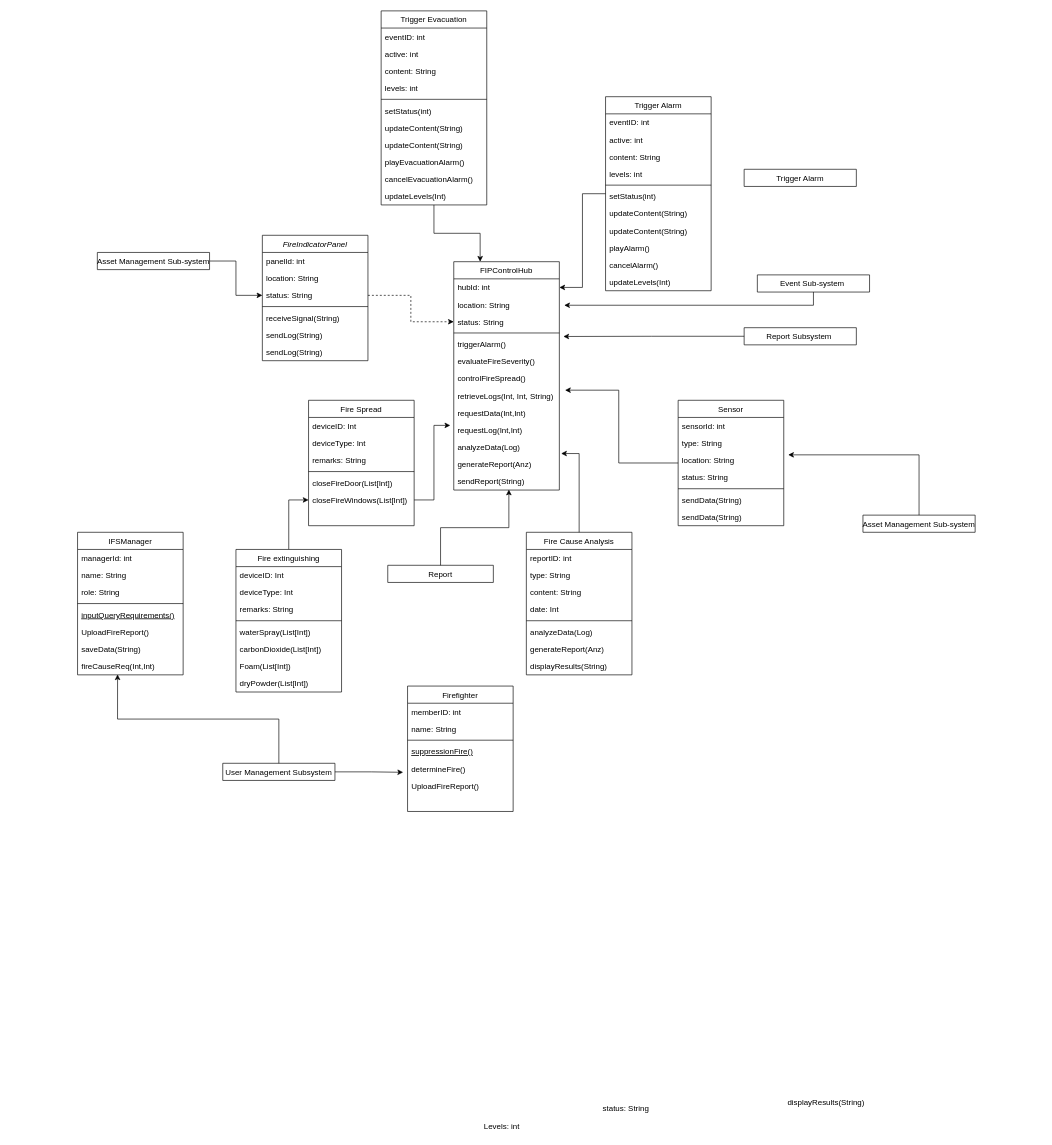
This is ass2/系统类图.drawio from demosRun/INFO6030, a draw.io file, before an edit. Source tidied: cells renumbered, new cells numbered last; positions are measured from the earlier drawing's top-left corner, leaving out a move shared by most shapes. Both pictures are drawn from the tidied source at 66%, with x=0, y=0 at pixel (77, 11).
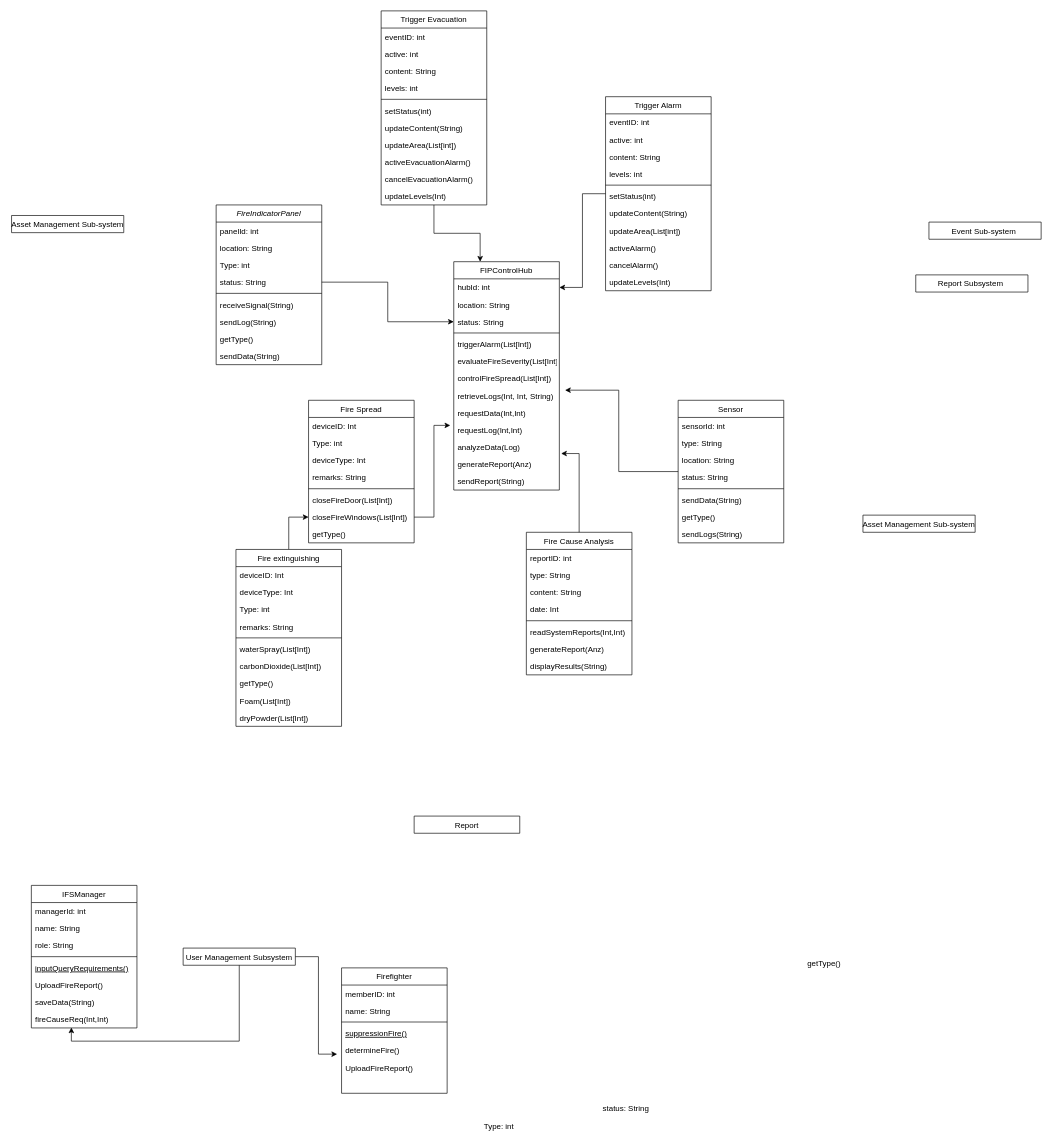
The same page after the edit.

Commit message:
更新系统类图.drawio

The change refers to these unchanged cells:
```xml
<mxCell id="14" value="location: String         " style="text;align=left;verticalAlign=top;spacingLeft=4;spacingRight=4;overflow=hidden;points=[[0,0.5],[1,0.5]];portConstraint=eastwest;" parent="11" vertex="1">
  <mxGeometry y="78" width="160" height="26" as="geometry" />
</mxCell>
<mxCell id="19" value="FIPControlHub            " style="swimlane;fontStyle=0;align=center;verticalAlign=top;horizontal=1;startSize=26;rounded=0;shadow=0;strokeWidth=1;" parent="1" vertex="1">
  <mxGeometry x="570" y="380" width="160" height="346" as="geometry" />
</mxCell>
<mxCell id="21" value="location: String  " style="text;align=left;verticalAlign=top;spacingLeft=4;spacingRight=4;overflow=hidden;points=[[0,0.5],[1,0.5]];portConstraint=eastwest;rounded=0;shadow=0;html=0;" parent="19" vertex="1">
  <mxGeometry y="52" width="160" height="26" as="geometry" />
</mxCell>
<mxCell id="22" value="status: String      " style="text;align=left;verticalAlign=top;spacingLeft=4;spacingRight=4;overflow=hidden;points=[[0,0.5],[1,0.5]];portConstraint=eastwest;rounded=0;shadow=0;html=0;" parent="19" vertex="1">
  <mxGeometry y="78" width="160" height="26" as="geometry" />
</mxCell>
<mxCell id="32" value="sendReport(String)" style="text;align=left;verticalAlign=top;spacingLeft=4;spacingRight=4;overflow=hidden;points=[[0,0.5],[1,0.5]];portConstraint=eastwest;rounded=0;shadow=0;html=0;" parent="19" vertex="1">
  <mxGeometry y="320" width="160" height="26" as="geometry" />
</mxCell>
<mxCell id="52" value="Trigger Evacuation" style="swimlane;fontStyle=0;align=center;verticalAlign=top;horizontal=1;startSize=26;rounded=0;shadow=0;strokeWidth=1;" parent="1" vertex="1">
  <mxGeometry x="460" width="160" height="294" as="geometry" />
</mxCell>
<mxCell id="96" value="Trigger Alarm" style="swimlane;fontStyle=0;align=center;verticalAlign=top;horizontal=1;startSize=26;rounded=0;shadow=0;strokeWidth=1;" parent="1" vertex="1">
  <mxGeometry x="800" y="130" width="160" height="294" as="geometry" />
</mxCell>
<mxCell id="108" value="Fire Cause Analysis    " style="swimlane;fontStyle=0;align=center;verticalAlign=top;horizontal=1;startSize=26;rounded=0;shadow=0;strokeWidth=1;" parent="1" vertex="1">
  <mxGeometry x="680" y="790" width="160" height="216" as="geometry" />
</mxCell>
<mxCell id="117" value="Asset Management Sub-system" style="swimlane;fontStyle=0;align=center;verticalAlign=top;horizontal=1;startSize=26;rounded=0;shadow=0;strokeWidth=1;" parent="1" vertex="1" collapsed="1">
  <mxGeometry x="1190" y="764" width="170" height="26" as="geometry" />
</mxCell>
```

The edit, as a diff of the source:
```diff
@@
     <mxCell id="2" value="FireIndicatorPanel          " style="swimlane;fontStyle=2;align=center;verticalAlign=top;horizontal=1;startSize=26;rounded=0;shadow=0;strokeWidth=1;" parent="1" vertex="1">
-      <mxGeometry x="280" y="340" width="160" height="190" as="geometry" />
+      <mxGeometry x="210" y="294" width="160" height="242" as="geometry" />
     </mxCell>
@@
+    <mxCell id="121" value="Type: int" style="text;align=left;verticalAlign=top;spacingLeft=4;spacingRight=4;overflow=hidden;" parent="2" vertex="1">
+      <mxGeometry y="78" width="160" height="26" as="geometry" />
+    </mxCell>
     <mxCell id="5" value="status: String       " style="text;align=left;verticalAlign=top;spacingLeft=4;spacingRight=4;overflow=hidden;points=[[0,0.5],[1,0.5]];portConstraint=eastwest;" parent="2" vertex="1">
-      <mxGeometry y="78" width="160" height="26" as="geometry" />
+      <mxGeometry y="104" width="160" height="26" as="geometry" />
     </mxCell>
     <mxCell id="6" style="line;html=1;strokeWidth=1;align=left;verticalAlign=middle;spacingTop=-1;spacingLeft=3;spacingRight=3;labelPosition=right;" parent="2" vertex="1">
-      <mxGeometry y="104" width="160" height="8" as="geometry" />
+      <mxGeometry y="130" width="160" height="8" as="geometry" />
     </mxCell>
     <mxCell id="7" value="receiveSignal(String)" style="text;align=left;verticalAlign=top;spacingLeft=4;spacingRight=4;overflow=hidden;" parent="2" vertex="1">
-      <mxGeometry y="112" width="160" height="26" as="geometry" />
+      <mxGeometry y="138" width="160" height="26" as="geometry" />
     </mxCell>
     <mxCell id="8" value="sendLog(String)" style="text;align=left;verticalAlign=top;spacingLeft=4;spacingRight=4;overflow=hidden;" parent="2" vertex="1">
-      <mxGeometry y="138" width="160" height="26" as="geometry" />
+      <mxGeometry y="164" width="160" height="26" as="geometry" />
     </mxCell>
+    <mxCell id="122" value="getType()" style="text;align=left;verticalAlign=top;spacingLeft=4;spacingRight=4;overflow=hidden;" parent="2" vertex="1">
+      <mxGeometry y="190" width="160" height="26" as="geometry" />
+    </mxCell>
-    <mxCell id="9" value="sendLog(String)" style="text;align=left;verticalAlign=top;spacingLeft=4;spacingRight=4;overflow=hidden;" parent="2" vertex="1">
-      <mxGeometry y="164" width="160" height="26" as="geometry" />
+    <mxCell id="9" value="sendData(String)" style="text;align=left;verticalAlign=top;spacingLeft=4;spacingRight=4;overflow=hidden;" parent="2" vertex="1">
+      <mxGeometry y="216" width="160" height="26" as="geometry" />
     </mxCell>
     <mxCell id="10" value="Report                    " style="swimlane;fontStyle=0;align=center;verticalAlign=top;horizontal=1;startSize=26;rounded=0;shadow=0;strokeWidth=1;" parent="1" vertex="1" collapsed="1">
-      <mxGeometry x="470" y="840" width="160" height="26" as="geometry" />
+      <mxGeometry x="510" y="1220" width="160" height="26" as="geometry" />
     </mxCell>
     <mxCell id="11" value="Sensor    " style="swimlane;fontStyle=0;align=center;verticalAlign=top;horizontal=1;startSize=26;rounded=0;shadow=0;strokeWidth=1;" parent="1" vertex="1">
-      <mxGeometry x="910" y="590" width="160" height="190" as="geometry" />
+      <mxGeometry x="910" y="590" width="160" height="216" as="geometry" />
     </mxCell>
@@
+    <mxCell id="123" value="getType()" style="text;align=left;verticalAlign=top;spacingLeft=4;spacingRight=4;overflow=hidden;" parent="11" vertex="1">
+      <mxGeometry y="164" width="160" height="26" as="geometry" />
+    </mxCell>
-    <mxCell id="18" value="sendData(String)" style="text;align=left;verticalAlign=top;spacingLeft=4;spacingRight=4;overflow=hidden;" parent="11" vertex="1">
-      <mxGeometry y="164" width="160" height="26" as="geometry" />
+    <mxCell id="18" value="sendLogs(String)" style="text;align=left;verticalAlign=top;spacingLeft=4;spacingRight=4;overflow=hidden;" parent="11" vertex="1">
+      <mxGeometry y="190" width="160" height="26" as="geometry" />
     </mxCell>
@@
-    <mxCell id="24" value="triggerAlarm() " style="text;align=left;verticalAlign=top;spacingLeft=4;spacingRight=4;overflow=hidden;points=[[0,0.5],[1,0.5]];portConstraint=eastwest;" parent="19" vertex="1">
+    <mxCell id="24" value="triggerAlarm(List[Int]) " style="text;align=left;verticalAlign=top;spacingLeft=4;spacingRight=4;overflow=hidden;points=[[0,0.5],[1,0.5]];portConstraint=eastwest;" parent="19" vertex="1">
       <mxGeometry y="112" width="160" height="26" as="geometry" />
     </mxCell>
-    <mxCell id="25" value="evaluateFireSeverity()" style="text;align=left;verticalAlign=top;spacingLeft=4;spacingRight=4;overflow=hidden;" parent="19" vertex="1">
+    <mxCell id="25" value="evaluateFireSeverity(List[Int])" style="text;align=left;verticalAlign=top;spacingLeft=4;spacingRight=4;overflow=hidden;" parent="19" vertex="1">
       <mxGeometry y="138" width="160" height="26" as="geometry" />
     </mxCell>
-    <mxCell id="26" value="controlFireSpread()" style="text;align=left;verticalAlign=top;spacingLeft=4;spacingRight=4;overflow=hidden;rounded=0;shadow=0;html=0;" parent="19" vertex="1">
+    <mxCell id="26" value="controlFireSpread(List[Int])" style="text;align=left;verticalAlign=top;spacingLeft=4;spacingRight=4;overflow=hidden;rounded=0;shadow=0;html=0;" parent="19" vertex="1">
       <mxGeometry y="164" width="160" height="26" as="geometry" />
     </mxCell>
@@
     <mxCell id="33" value="IFSManager            " style="swimlane;fontStyle=0;align=center;verticalAlign=top;horizontal=1;startSize=26;rounded=0;shadow=0;strokeWidth=1;" parent="1" vertex="1">
-      <mxGeometry y="790" width="160" height="216" as="geometry" />
+      <mxGeometry x="-70" y="1325" width="160" height="216" as="geometry" />
     </mxCell>
@@
-    <mxCell id="42" style="edgeStyle=orthogonalEdgeStyle;rounded=0;jettySize=auto;html=1;exitX=1;exitY=0.5;exitDx=0;exitDy=0;entryX=0;entryY=0.5;entryDx=0;entryDy=0;dashed=1;" parent="1" edge="1" source="5" target="22">
+    <mxCell id="42" style="edgeStyle=orthogonalEdgeStyle;rounded=0;jettySize=auto;html=1;exitX=1;exitY=0.5;exitDx=0;exitDy=0;entryX=0;entryY=0.5;entryDx=0;entryDy=0;" parent="1" edge="1" source="5" target="22">
       <mxGeometry relative="1" as="geometry" />
     </mxCell>
     <mxCell id="43" value="Firefighter            " style="swimlane;fontStyle=0;align=center;verticalAlign=top;horizontal=1;startSize=26;rounded=0;shadow=0;strokeWidth=1;" parent="1" vertex="1">
-      <mxGeometry x="500" y="1023" width="160" height="190" as="geometry" />
+      <mxGeometry x="400" y="1450" width="160" height="190" as="geometry" />
     </mxCell>
@@
     <mxCell id="50" value="Event Sub-system " style="swimlane;fontStyle=0;align=center;verticalAlign=top;horizontal=1;startSize=26;rounded=0;shadow=0;strokeWidth=1;" parent="1" vertex="1" collapsed="1">
-      <mxGeometry x="1030" y="400" width="170" height="26" as="geometry" />
+      <mxGeometry x="1290" y="320" width="170" height="26" as="geometry" />
     </mxCell>
@@
-    <mxCell id="60" value="updateContent(String)" style="text;align=left;verticalAlign=top;spacingLeft=4;spacingRight=4;overflow=hidden;" parent="52" vertex="1">
+    <mxCell id="60" value="updateArea(List[int])" style="text;align=left;verticalAlign=top;spacingLeft=4;spacingRight=4;overflow=hidden;" parent="52" vertex="1">
       <mxGeometry y="190" width="160" height="26" as="geometry" />
     </mxCell>
-    <mxCell id="61" value="playEvacuationAlarm()" style="text;align=left;verticalAlign=top;spacingLeft=4;spacingRight=4;overflow=hidden;" parent="52" vertex="1">
+    <mxCell id="61" value="activeEvacuationAlarm()" style="text;align=left;verticalAlign=top;spacingLeft=4;spacingRight=4;overflow=hidden;" parent="52" vertex="1">
       <mxGeometry y="216" width="160" height="26" as="geometry" />
     </mxCell>
@@
-    <mxCell id="64" style="edgeStyle=orthogonalEdgeStyle;rounded=0;jettySize=auto;html=1;exitX=1;exitY=0.5;exitDx=0;exitDy=0;entryX=0;entryY=0.5;entryDx=0;entryDy=0;" parent="1" edge="1" source="65" target="5">
-      <mxGeometry relative="1" as="geometry" />
-    </mxCell>
     <mxCell id="65" value="Asset Management Sub-system" style="swimlane;fontStyle=0;align=center;verticalAlign=top;horizontal=1;startSize=26;rounded=0;shadow=0;strokeWidth=1;" parent="1" vertex="1" collapsed="1">
-      <mxGeometry x="30" y="366" width="170" height="26" as="geometry" />
+      <mxGeometry x="-100" y="310" width="170" height="26" as="geometry" />
     </mxCell>
     <mxCell id="66" value="Report Subsystem " style="swimlane;fontStyle=0;align=center;verticalAlign=top;horizontal=1;startSize=26;rounded=0;shadow=0;strokeWidth=1;" parent="1" vertex="1" collapsed="1">
-      <mxGeometry x="1010" y="480" width="170" height="26" as="geometry" />
+      <mxGeometry x="1270" y="400" width="170" height="26" as="geometry" />
     </mxCell>
-    <mxCell id="67" value="Trigger Alarm" style="swimlane;fontStyle=0;align=center;verticalAlign=top;horizontal=1;startSize=26;rounded=0;shadow=0;strokeWidth=1;" parent="1" vertex="1" collapsed="1">
-      <mxGeometry x="1010" y="240" width="170" height="26" as="geometry" />
-    </mxCell>
     <mxCell id="68" value="Fire Spread" style="swimlane;fontStyle=0;align=center;verticalAlign=top;horizontal=1;startSize=26;rounded=0;shadow=0;strokeWidth=1;" parent="1" vertex="1">
-      <mxGeometry x="350" y="590" width="160" height="190" as="geometry" />
+      <mxGeometry x="350" y="590" width="160" height="216" as="geometry" />
     </mxCell>
@@
+    <mxCell id="124" value="Type: int" style="text;align=left;verticalAlign=top;spacingLeft=4;spacingRight=4;overflow=hidden;" parent="68" vertex="1">
+      <mxGeometry y="52" width="160" height="26" as="geometry" />
+    </mxCell>
     <mxCell id="70" value="deviceType: Int" style="text;align=left;verticalAlign=top;spacingLeft=4;spacingRight=4;overflow=hidden;" parent="68" vertex="1">
-      <mxGeometry y="52" width="160" height="26" as="geometry" />
+      <mxGeometry y="78" width="160" height="26" as="geometry" />
     </mxCell>
     <mxCell id="71" value="remarks: String" style="text;align=left;verticalAlign=top;spacingLeft=4;spacingRight=4;overflow=hidden;" parent="68" vertex="1">
-      <mxGeometry y="78" width="160" height="26" as="geometry" />
+      <mxGeometry y="104" width="160" height="26" as="geometry" />
     </mxCell>
     <mxCell id="72" style="line;html=1;strokeWidth=1;align=left;verticalAlign=middle;spacingTop=-1;spacingLeft=3;spacingRight=3;labelPosition=right;" parent="68" vertex="1">
-      <mxGeometry y="104" width="160" height="8" as="geometry" />
+      <mxGeometry y="130" width="160" height="8" as="geometry" />
     </mxCell>
     <mxCell id="73" value="closeFireDoor(List[Int])" style="text;align=left;verticalAlign=top;spacingLeft=4;spacingRight=4;overflow=hidden;" parent="68" vertex="1">
-      <mxGeometry y="112" width="160" height="26" as="geometry" />
+      <mxGeometry y="138" width="160" height="26" as="geometry" />
     </mxCell>
     <mxCell id="74" value="closeFireWindows(List[Int])" style="text;align=left;verticalAlign=top;spacingLeft=4;spacingRight=4;overflow=hidden;points=[[0,0.5],[1,0.5]];portConstraint=eastwest;" parent="68" vertex="1">
-      <mxGeometry y="138" width="160" height="26" as="geometry" />
+      <mxGeometry y="164" width="160" height="26" as="geometry" />
     </mxCell>
+    <mxCell id="93" value="getType()" style="text;align=left;verticalAlign=top;spacingLeft=4;spacingRight=4;overflow=hidden;" parent="68" vertex="1">
+      <mxGeometry y="190" width="160" height="26" as="geometry" />
+    </mxCell>
     <mxCell id="75" value="User Management Subsystem" style="swimlane;fontStyle=0;align=center;verticalAlign=top;horizontal=1;startSize=26;rounded=0;shadow=0;strokeWidth=1;" parent="1" vertex="1" collapsed="1">
-      <mxGeometry x="220" y="1140" width="170" height="26" as="geometry" />
+      <mxGeometry x="160" y="1420" width="170" height="26" as="geometry" />
     </mxCell>
@@
-    <mxCell id="78" style="edgeStyle=orthogonalEdgeStyle;rounded=0;jettySize=auto;html=1;entryX=1.038;entryY=0.051;entryDx=0;entryDy=0;entryPerimeter=0;" parent="1" edge="1" source="66" target="24">
-      <mxGeometry relative="1" as="geometry" />
-    </mxCell>
-    <mxCell id="79" style="edgeStyle=orthogonalEdgeStyle;rounded=0;jettySize=auto;html=1;entryX=1.046;entryY=0.538;entryDx=0;entryDy=0;entryPerimeter=0;" parent="1" edge="1" source="50" target="21">
-      <mxGeometry relative="1" as="geometry" />
-    </mxCell>
@@
     <mxCell id="81" value="Fire extinguishing" style="swimlane;fontStyle=0;align=center;verticalAlign=top;horizontal=1;startSize=26;rounded=0;shadow=0;strokeWidth=1;" parent="1" vertex="1">
-      <mxGeometry x="240" y="816" width="160" height="216" as="geometry" />
+      <mxGeometry x="240" y="816" width="160" height="268" as="geometry" />
     </mxCell>
@@
+    <mxCell id="125" value="Type: int" style="text;align=left;verticalAlign=top;spacingLeft=4;spacingRight=4;overflow=hidden;" parent="81" vertex="1">
+      <mxGeometry y="78" width="160" height="26" as="geometry" />
+    </mxCell>
     <mxCell id="84" value="remarks: String" style="text;align=left;verticalAlign=top;spacingLeft=4;spacingRight=4;overflow=hidden;" parent="81" vertex="1">
-      <mxGeometry y="78" width="160" height="26" as="geometry" />
+      <mxGeometry y="104" width="160" height="26" as="geometry" />
     </mxCell>
     <mxCell id="85" style="line;html=1;strokeWidth=1;align=left;verticalAlign=middle;spacingTop=-1;spacingLeft=3;spacingRight=3;labelPosition=right;" parent="81" vertex="1">
-      <mxGeometry y="104" width="160" height="8" as="geometry" />
+      <mxGeometry y="130" width="160" height="8" as="geometry" />
     </mxCell>
     <mxCell id="86" value="waterSpray(List[Int])" style="text;align=left;verticalAlign=top;spacingLeft=4;spacingRight=4;overflow=hidden;" parent="81" vertex="1">
-      <mxGeometry y="112" width="160" height="26" as="geometry" />
+      <mxGeometry y="138" width="160" height="26" as="geometry" />
     </mxCell>
     <mxCell id="87" value="carbonDioxide(List[Int])" style="text;align=left;verticalAlign=top;spacingLeft=4;spacingRight=4;overflow=hidden;" parent="81" vertex="1">
-      <mxGeometry y="138" width="160" height="26" as="geometry" />
+      <mxGeometry y="164" width="160" height="26" as="geometry" />
     </mxCell>
+    <mxCell id="126" value="getType()" style="text;align=left;verticalAlign=top;spacingLeft=4;spacingRight=4;overflow=hidden;" parent="81" vertex="1">
+      <mxGeometry y="190" width="160" height="26" as="geometry" />
+    </mxCell>
     <mxCell id="88" value="Foam(List[Int])" style="text;align=left;verticalAlign=top;spacingLeft=4;spacingRight=4;overflow=hidden;" parent="81" vertex="1">
-      <mxGeometry y="164" width="160" height="26" as="geometry" />
+      <mxGeometry y="216" width="160" height="26" as="geometry" />
     </mxCell>
     <mxCell id="89" value="dryPowder(List[Int])" style="text;align=left;verticalAlign=top;spacingLeft=4;spacingRight=4;overflow=hidden;" parent="81" vertex="1">
-      <mxGeometry y="190" width="160" height="26" as="geometry" />
+      <mxGeometry y="242" width="160" height="26" as="geometry" />
     </mxCell>
@@
-    <mxCell id="93" value="displayResults(String)" style="text;align=left;verticalAlign=top;spacingLeft=4;spacingRight=4;overflow=hidden;" parent="1" vertex="1">
-      <mxGeometry x="1070" y="1640" width="160" height="26" as="geometry" />
-    </mxCell>
-    <mxCell id="94" value="Levels: int" style="text;align=left;verticalAlign=top;spacingLeft=4;spacingRight=4;overflow=hidden;" parent="1" vertex="1">
+    <mxCell id="94" value="Type: int" style="text;align=left;verticalAlign=top;spacingLeft=4;spacingRight=4;overflow=hidden;" parent="1" vertex="1">
       <mxGeometry x="610" y="1676" width="160" height="26" as="geometry" />
     </mxCell>
@@
-    <mxCell id="104" value="updateContent(String)" style="text;align=left;verticalAlign=top;spacingLeft=4;spacingRight=4;overflow=hidden;" parent="96" vertex="1">
+    <mxCell id="104" value="updateArea(List[int])" style="text;align=left;verticalAlign=top;spacingLeft=4;spacingRight=4;overflow=hidden;" parent="96" vertex="1">
       <mxGeometry y="190" width="160" height="26" as="geometry" />
     </mxCell>
-    <mxCell id="105" value="playAlarm()" style="text;align=left;verticalAlign=top;spacingLeft=4;spacingRight=4;overflow=hidden;" parent="96" vertex="1">
+    <mxCell id="105" value="activeAlarm()" style="text;align=left;verticalAlign=top;spacingLeft=4;spacingRight=4;overflow=hidden;" parent="96" vertex="1">
       <mxGeometry y="216" width="160" height="26" as="geometry" />
     </mxCell>
@@
-    <mxCell id="114" value="analyzeData(Log)" style="text;align=left;verticalAlign=top;spacingLeft=4;spacingRight=4;overflow=hidden;" parent="108" vertex="1">
+    <mxCell id="114" value="readSystemReports(Int,Int)" style="text;align=left;verticalAlign=top;spacingLeft=4;spacingRight=4;overflow=hidden;" parent="108" vertex="1">
       <mxGeometry y="138" width="160" height="26" as="geometry" />
     </mxCell>
@@
-    <mxCell id="118" style="edgeStyle=orthogonalEdgeStyle;rounded=0;jettySize=auto;html=1;entryX=1.042;entryY=0.179;entryDx=0;entryDy=0;entryPerimeter=0;" parent="1" edge="1" source="117" target="14">
-      <mxGeometry relative="1" as="geometry" />
-    </mxCell>
@@
-    <mxCell id="120" style="edgeStyle=orthogonalEdgeStyle;rounded=0;jettySize=auto;html=1;entryX=0.522;entryY=0.975;entryDx=0;entryDy=0;entryPerimeter=0;" parent="1" edge="1" source="10" target="32">
-      <mxGeometry relative="1" as="geometry" />
-    </mxCell>
+    <mxCell id="127" value="getType()" style="text;align=left;verticalAlign=top;spacingLeft=4;spacingRight=4;overflow=hidden;" parent="1" vertex="1">
+      <mxGeometry x="1100" y="1430" width="160" height="26" as="geometry" />
+    </mxCell>
```
